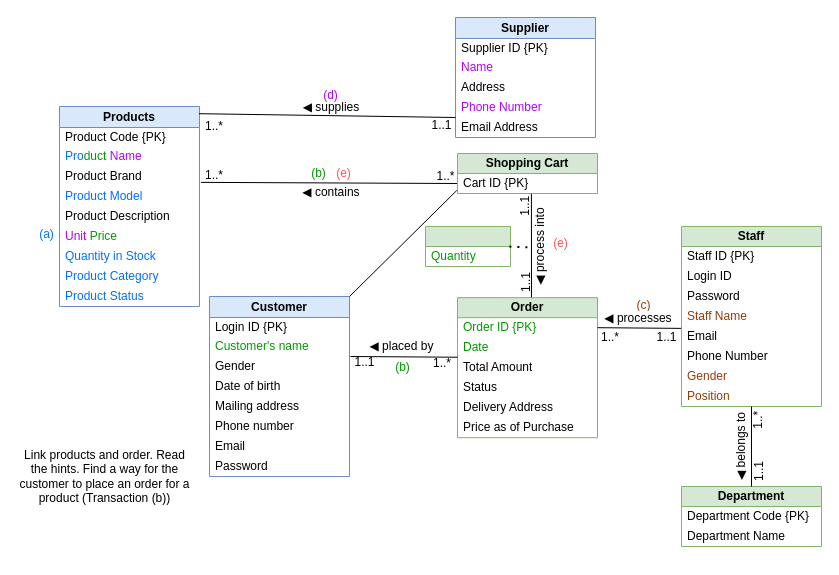
Before: Assignment_1.drawio in shadowngks/DBMS, a draw.io diagram. Source tidied: cells renumbered, new cells numbered last; positions are measured from the earlier drawing's top-left corner, leaving out a move shared by most shapes. Both pictures are drawn from the tidied source at 100%, with x=0, y=0 at pixel (17, 17).
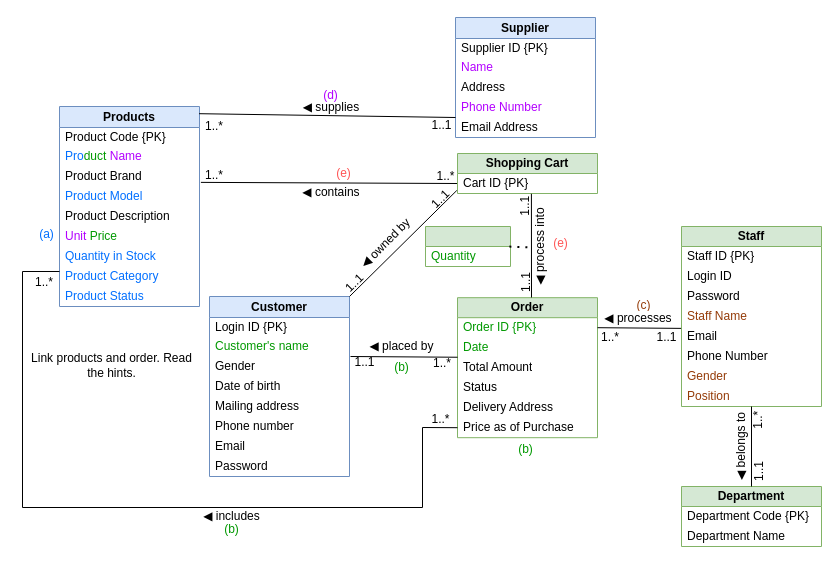
Above is the later version.

Commit message:
Robin Come Home

The change refers to these unchanged cells:
```xml
<mxCell id="10" value="Product Category" style="text;html=1;align=left;verticalAlign=middle;whiteSpace=wrap;rounded=0;spacingLeft=4;fontColor=#006FFF;" parent="2" vertex="1">
  <mxGeometry y="160" width="140" height="20" as="geometry" />
</mxCell>
<mxCell id="41" value="Price as of Purchase" style="text;strokeColor=none;fillColor=none;align=left;verticalAlign=middle;spacingLeft=4;spacingRight=4;overflow=hidden;points=[[0,0.5],[1,0.5]];portConstraint=eastwest;whiteSpace=wrap;html=1;" parent="35" vertex="1">
  <mxGeometry y="120" width="140" height="20" as="geometry" />
</mxCell>
```

The edit, as a diff of the source:
```diff
@@
     <mxCell id="71" value="&lt;span style=&quot;font-family: sans-serif; font-size: 12.0191px; text-align: start; white-space: pre; background-color: rgb(255, 255, 255);&quot;&gt;&lt;font color=&quot;#009900&quot;&gt;(b)&lt;/font&gt;&lt;/span&gt;" style="text;html=1;align=center;verticalAlign=middle;whiteSpace=wrap;rounded=0;fontColor=#FF5454;" parent="1" vertex="1">
-      <mxGeometry x="372.5" y="342.8" width="25" height="15" as="geometry" />
+      <mxGeometry x="495.5" y="424" width="25" height="15" as="geometry" />
     </mxCell>
     <mxCell id="72" value="&lt;span style=&quot;font-family: sans-serif; font-size: 12.0191px; text-align: start; white-space: pre; background-color: rgb(255, 255, 255);&quot;&gt;&lt;font color=&quot;#009900&quot;&gt;(b)&lt;/font&gt;&lt;/span&gt;" style="text;html=1;align=center;verticalAlign=middle;whiteSpace=wrap;rounded=0;fontColor=#FF5454;" parent="1" vertex="1">
-      <mxGeometry x="289.2" y="148.5" width="25" height="15" as="geometry" />
+      <mxGeometry x="371.5" y="342.8" width="25" height="15" as="geometry" />
     </mxCell>
@@
-    <mxCell id="83" value="Link products and order. Read the hints. Find a way for the customer to place an order for a product (Transaction (b))" style="text;html=1;align=center;verticalAlign=middle;whiteSpace=wrap;rounded=0;" parent="1" vertex="1">
-      <mxGeometry y="377" width="175" height="163" as="geometry" />
+    <mxCell id="83" value="Link products and order. Read the hints." style="text;html=1;align=center;verticalAlign=middle;whiteSpace=wrap;rounded=0;" parent="1" vertex="1">
+      <mxGeometry x="7" y="296" width="175" height="104" as="geometry" />
     </mxCell>
+    <mxCell id="84" style="endArrow=none;html=1;rounded=0;entryX=0;entryY=0.5;entryDx=0;entryDy=0;exitX=0;exitY=0.25;exitDx=0;exitDy=0;" parent="1" edge="1" source="10" target="41">
+      <mxGeometry relative="1" as="geometry">
+        <Array as="points">
+          <mxPoint x="5" y="254" />
+          <mxPoint x="5" y="490" />
+          <mxPoint x="405" y="490" />
+          <mxPoint x="405" y="410" />
+        </Array>
+      </mxGeometry>
+    </mxCell>
+    <mxCell id="85" value="&lt;span style=&quot;font-family: sans-serif; font-size: 12.0191px; text-align: start; white-space: pre; background-color: rgb(255, 255, 255); --darkreader-inline-bgcolor: #303140;&quot;&gt;◀ &lt;/span&gt;includes" style="text;html=1;align=center;verticalAlign=middle;whiteSpace=wrap;rounded=0;" parent="1" vertex="1">
+      <mxGeometry x="175.5" y="494" width="77" height="10" as="geometry" />
+    </mxCell>
+    <mxCell id="86" value="1..*" style="text;html=1;align=center;verticalAlign=middle;whiteSpace=wrap;rounded=0;" parent="1" vertex="1">
+      <mxGeometry x="12" y="261.2" width="30" height="7.5" as="geometry" />
+    </mxCell>
+    <mxCell id="87" value="1..*" style="text;html=1;align=center;verticalAlign=middle;whiteSpace=wrap;rounded=0;" parent="1" vertex="1">
+      <mxGeometry x="409" y="396.5" width="29" height="10" as="geometry" />
+    </mxCell>
+    <mxCell id="88" value="&lt;span style=&quot;font-family: sans-serif; font-size: 12.0191px; text-align: start; white-space: pre; background-color: rgb(255, 255, 255);&quot;&gt;&lt;font color=&quot;#009900&quot;&gt;(b)&lt;/font&gt;&lt;/span&gt;" style="text;html=1;align=center;verticalAlign=middle;whiteSpace=wrap;rounded=0;fontColor=#FF5454;" parent="1" vertex="1">
+      <mxGeometry x="201.5" y="504" width="25" height="15" as="geometry" />
+    </mxCell>
+    <mxCell id="89" value="&lt;span style=&quot;font-family: sans-serif; font-size: 12.0191px; text-align: start; white-space: pre; background-color: rgb(255, 255, 255); --darkreader-inline-bgcolor: #303140;&quot;&gt;◀ owned by&lt;/span&gt;" style="text;html=1;align=center;verticalAlign=middle;whiteSpace=wrap;rounded=0;rotation=-45;" parent="1" vertex="1">
+      <mxGeometry x="328" y="215.5" width="80" height="20" as="geometry" />
+    </mxCell>
+    <mxCell id="90" value="1..1" style="text;html=1;align=center;verticalAlign=middle;whiteSpace=wrap;rounded=0;rotation=-45;" parent="1" vertex="1">
+      <mxGeometry x="322.5" y="261.2" width="29" height="10" as="geometry" />
+    </mxCell>
+    <mxCell id="91" value="1..1" style="text;html=1;align=center;verticalAlign=middle;whiteSpace=wrap;rounded=0;rotation=-45;" parent="1" vertex="1">
+      <mxGeometry x="408" y="177.8" width="30" height="7.5" as="geometry" />
+    </mxCell>
```
